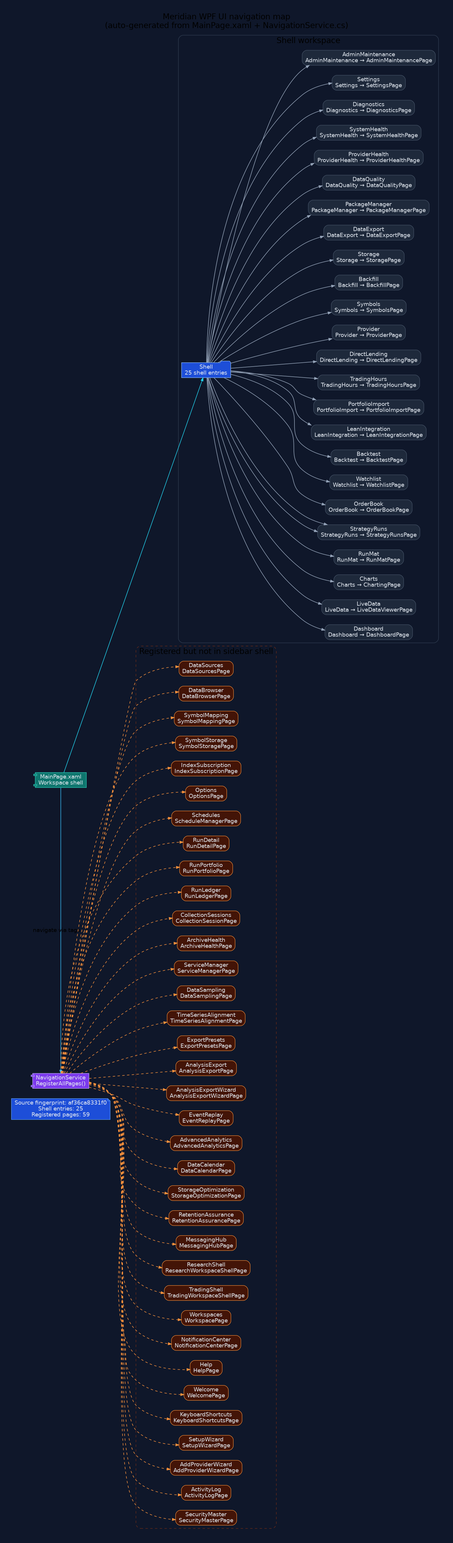
Above: docs/diagrams/ui-navigation-map.png in rodoHasArrived/Meridian-main (Graphviz), before the change. Its source is kept beside it as docs/diagrams/ui-navigation-map.dot.
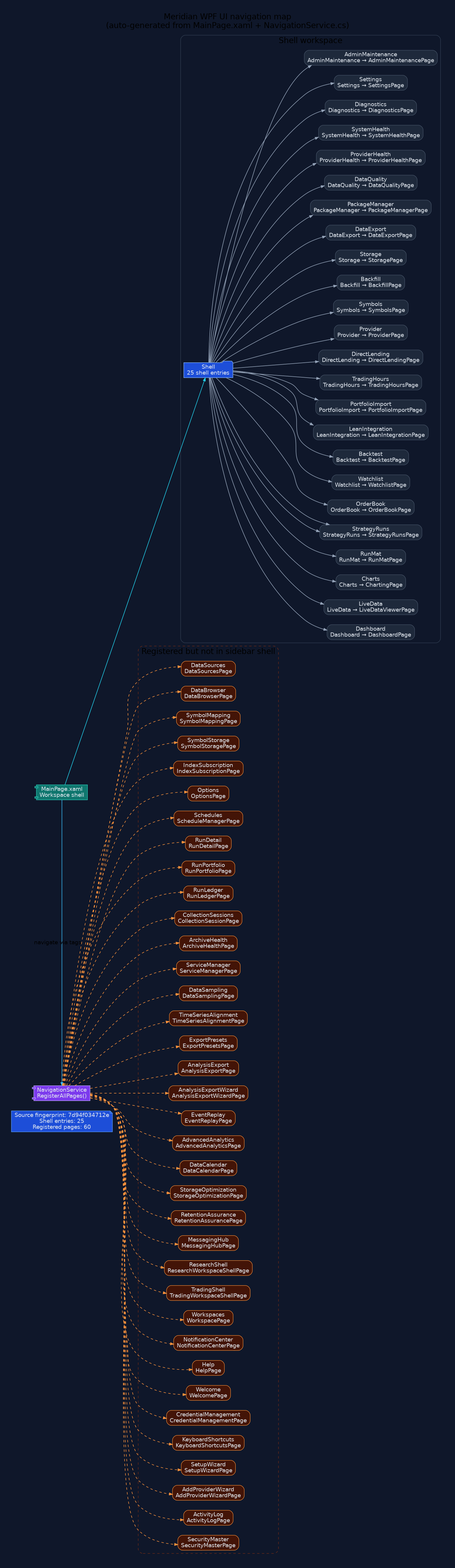
Later version of the same file.

The edit, as a diff of the source:
```diff
@@ -13,7 +13,7 @@
   node [fontname="Segoe UI", shape=box, style="rounded,filled", color="#475569", fontcolor="#e2e8f0", fillcolor="#1e293b"];
   edge [fontname="Segoe UI", color="#94a3b8", penwidth=1.3, arrowsize=0.8];
 
-  generated [shape=note, fillcolor="#1d4ed8", color="#60a5fa", label="Source fingerprint: af36ca8331f0\nShell entries: 25\nRegistered pages: 59"];
+  generated [shape=note, fillcolor="#1d4ed8", color="#60a5fa", label="Source fingerprint: 7d94f034712e\nShell entries: 25\nRegistered pages: 60"];
   shell [shape=component, fillcolor="#0f766e", color="#2dd4bf", label="MainPage.xaml\nWorkspace shell"];
   navigation [shape=component, fillcolor="#7c3aed", color="#c4b5fd", label="NavigationService\nRegisterAllPages()"];
   shell -> navigation [label="navigate via tags", color="#38bdf8"];
@@ -140,6 +140,8 @@
     navigation -> hidden_Help [style=dashed, color="#fb923c"];
     hidden_Welcome [label="Welcome\nWelcomePage", fillcolor="#431407", color="#fb923c"];
     navigation -> hidden_Welcome [style=dashed, color="#fb923c"];
+    hidden_CredentialManagement [label="CredentialManagement\nCredentialManagementPage", fillcolor="#431407", color="#fb923c"];
+    navigation -> hidden_CredentialManagement [style=dashed, color="#fb923c"];
     hidden_KeyboardShortcuts [label="KeyboardShortcuts\nKeyboardShortcutsPage", fillcolor="#431407", color="#fb923c"];
     navigation -> hidden_KeyboardShortcuts [style=dashed, color="#fb923c"];
     hidden_SetupWizard [label="SetupWizard\nSetupWizardPage", fillcolor="#431407", color="#fb923c"];
```
